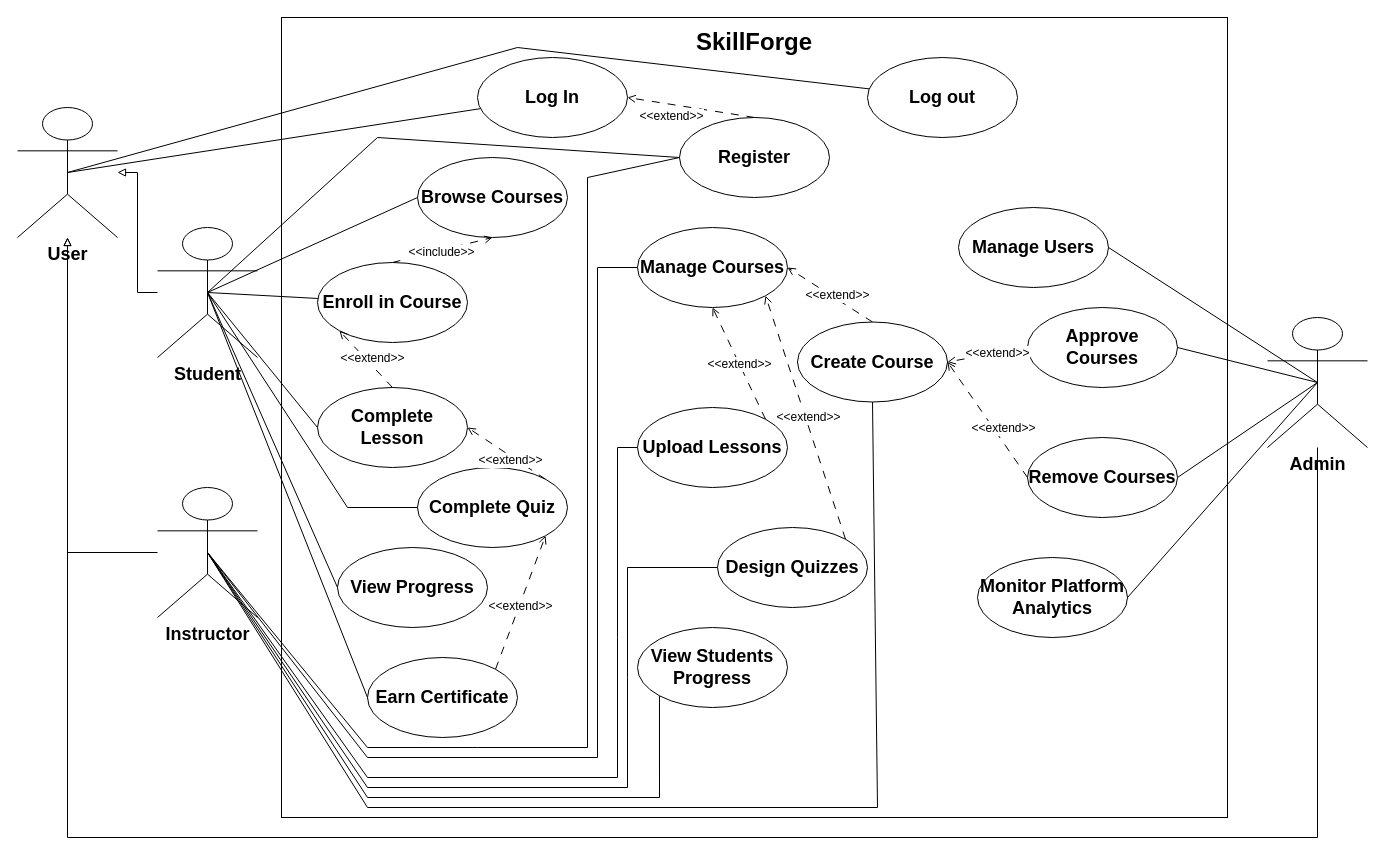
This is Diagrams/UseCaseDiagram.drawio from Smook-e/Prog2_lab6, a draw.io file, before an edit. Source tidied: cells renumbered, new cells numbered last; positions are measured from the earlier drawing's top-left corner, leaving out a move shared by most shapes. Both pictures are drawn from the tidied source at 100%, with x=0, y=0 at pixel (17, 17).
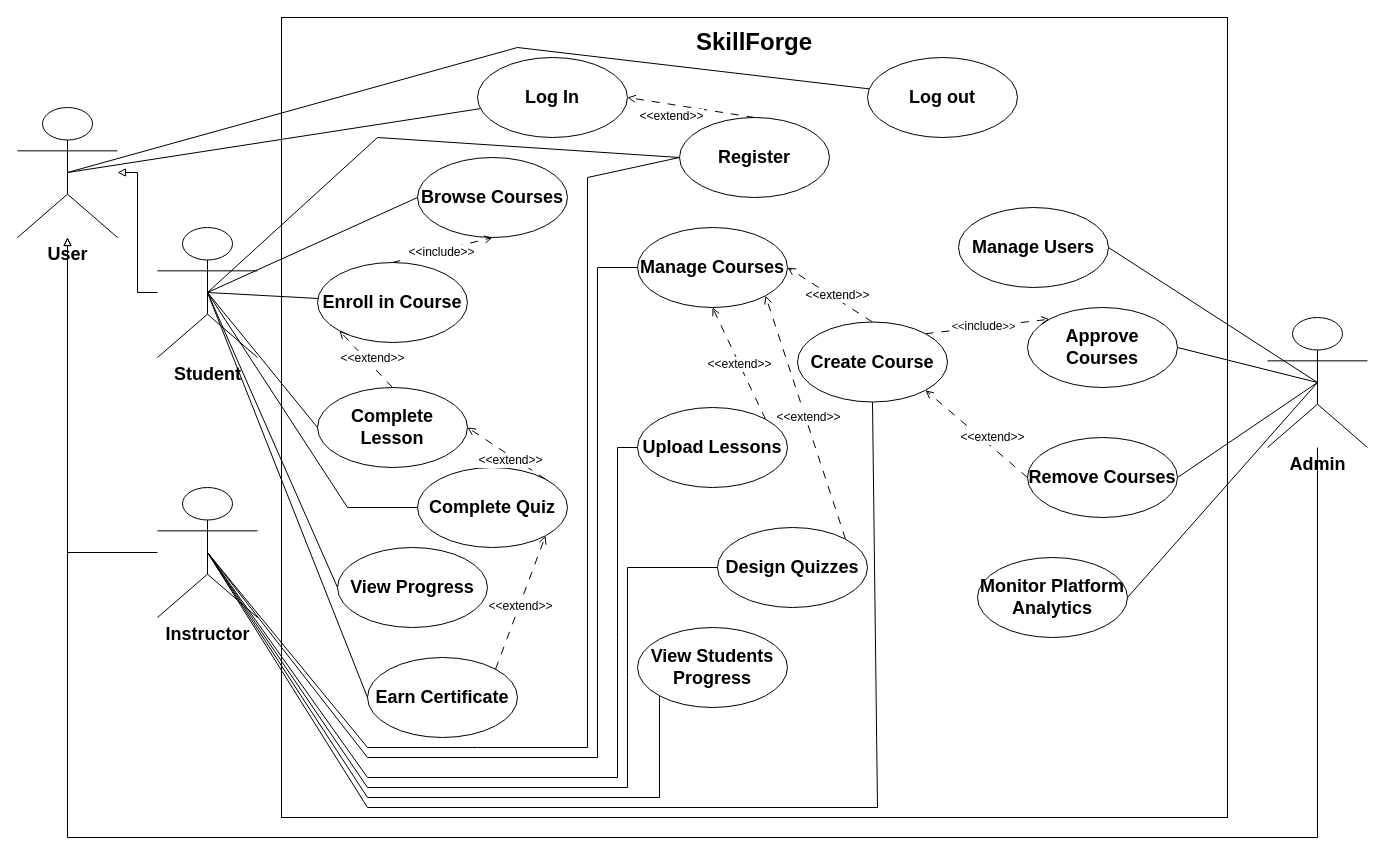
The same page after the edit.

Commit message:
commit to relation between create and approve

Unchanged cells that the change refers to:
```xml
<mxCell id="19" value="&lt;span style=&quot;font-size: 18px;&quot;&gt;&lt;b&gt;Create Course&lt;/b&gt;&lt;/span&gt;" style="ellipse;whiteSpace=wrap;html=1;" parent="1" vertex="1">
  <mxGeometry x="780" y="304.5" width="150" height="80" as="geometry" />
</mxCell>
<mxCell id="28" value="&lt;span style=&quot;font-size: 18px;&quot;&gt;&lt;b&gt;Approve Courses&lt;/b&gt;&lt;/span&gt;" style="ellipse;whiteSpace=wrap;html=1;" parent="1" vertex="1">
  <mxGeometry x="1010" y="290" width="150" height="80" as="geometry" />
</mxCell>
<mxCell id="29" value="&lt;span style=&quot;font-size: 18px;&quot;&gt;&lt;b&gt;Remove Courses&lt;/b&gt;&lt;/span&gt;" style="ellipse;whiteSpace=wrap;html=1;" parent="1" vertex="1">
  <mxGeometry x="1010" y="420" width="150" height="80" as="geometry" />
</mxCell>
```

The edit, as a diff of the source:
```diff
@@
-    <mxCell id="64" style="endArrow=open;html=1;rounded=0;entryX=1;entryY=0.5;entryDx=0;entryDy=0;exitX=0;exitY=0.5;exitDx=0;exitDy=0;dashed=1;dashPattern=8 8;endFill=0;" parent="1" edge="1" source="28" target="19">
-      <mxGeometry relative="1" as="geometry" />
-    </mxCell>
-    <mxCell id="65" value="&amp;lt;&amp;lt;extend&amp;gt;&amp;gt;" style="edgeLabel;html=1;align=center;verticalAlign=middle;fontSize=12;" parent="64" vertex="1">
-      <mxGeometry x="-0.21" relative="1" as="geometry">
-        <mxPoint x="1" as="offset" />
-      </mxGeometry>
-    </mxCell>
-    <mxCell id="66" style="endArrow=open;html=1;rounded=0;entryX=1;entryY=0.5;entryDx=0;entryDy=0;exitX=0;exitY=0.5;exitDx=0;exitDy=0;dashed=1;dashPattern=8 8;endFill=0;" parent="1" edge="1" source="29" target="19">
+    <mxCell id="66" style="endArrow=open;html=1;rounded=0;entryX=1;entryY=1;entryDx=0;entryDy=0;exitX=0;exitY=0.5;exitDx=0;exitDy=0;dashed=1;dashPattern=8 8;endFill=0;" parent="1" edge="1" source="29" target="19">
       <mxGeometry relative="1" as="geometry" />
     </mxCell>
@@
+    <mxCell id="70" style="endArrow=open;html=1;rounded=0;exitX=1;exitY=0;exitDx=0;exitDy=0;entryX=0;entryY=0;entryDx=0;entryDy=0;dashed=1;dashPattern=8 8;endFill=0;" parent="1" edge="1" source="19" target="28">
+      <mxGeometry relative="1" as="geometry" />
+    </mxCell>
+    <mxCell id="71" value="&amp;lt;&amp;lt;&lt;font style=&quot;font-size: 12px;&quot;&gt;include&lt;/font&gt;&amp;gt;&amp;gt;" style="edgeLabel;html=1;align=center;verticalAlign=middle;" parent="70" vertex="1">
+      <mxGeometry x="-0.07" y="1" relative="1" as="geometry" />
+    </mxCell>
```
